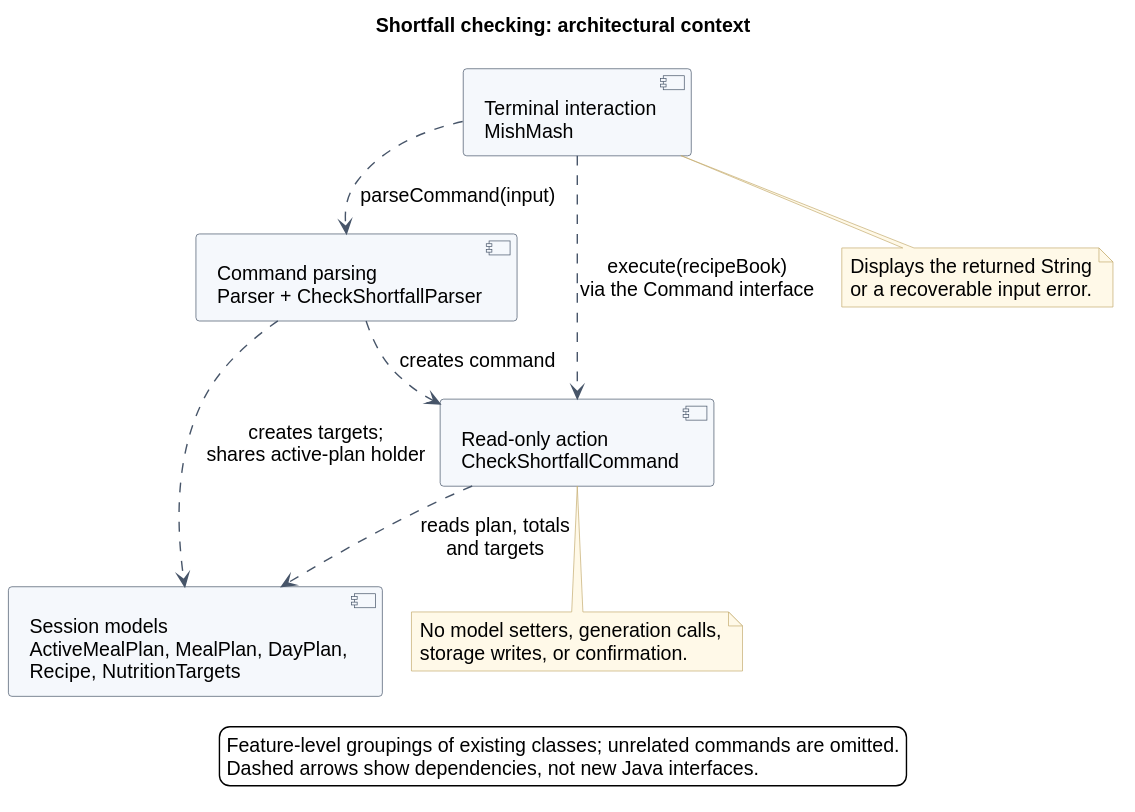
Above: docs/images/shortfall/architecture.svg in AY2627S1-CS2113-W13-4/tp (PlantUML), before the change. The source it was exported from:
```plantuml
@startuml
!pragma layout smetana
!include style.iuml
title Shortfall checking: architectural context
top to bottom direction

component "Terminal interaction\nMishMash" as App
component "Command parsing\nParser + CheckShortfallParser" as Parsing
component "Read-only action\nCheckShortfallCommand" as Check
component "Session models\nActiveMealPlan, MealPlan, DayPlan,\nRecipe, NutritionTargets" as Models

App ..> Parsing : parseCommand(input)
Parsing ..> Check : creates command
App ..> Check : execute(recipeBook)\nvia the Command interface
Parsing ..> Models : creates targets;\nshares active-plan holder
Check ..> Models : reads plan, totals\nand targets

note bottom of App
  Displays the returned String
  or a recoverable input error.
end note
note bottom of Check
  No model setters, generation calls,
  storage writes, or confirmation.
end note
legend bottom
  Feature-level groupings of existing classes; unrelated commands are omitted.
  Dashed arrows show dependencies, not new Java interfaces.
endlegend
@enduml
```
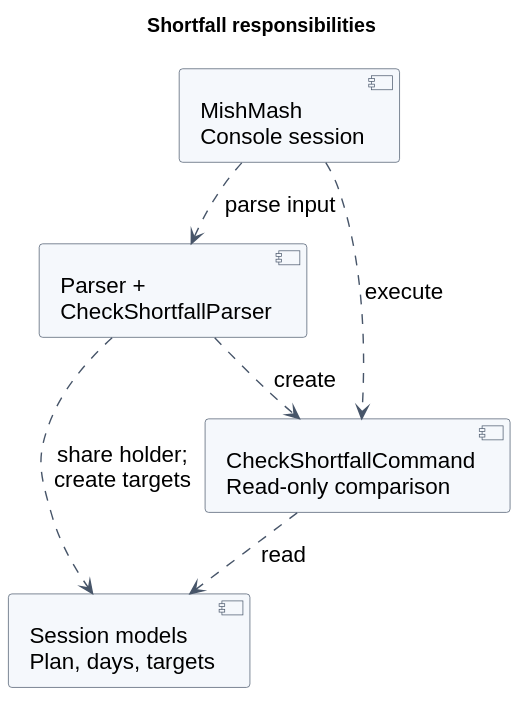
After the change.

The edit, as a diff of the source:
```diff
@@ -1,30 +1,15 @@
 @startuml
 !pragma layout smetana
-!include style.iuml
-title Shortfall checking: architectural context
+!include readable.iuml
+title Shortfall responsibilities
 top to bottom direction
-
-component "Terminal interaction\nMishMash" as App
-component "Command parsing\nParser + CheckShortfallParser" as Parsing
-component "Read-only action\nCheckShortfallCommand" as Check
-component "Session models\nActiveMealPlan, MealPlan, DayPlan,\nRecipe, NutritionTargets" as Models
-
-App ..> Parsing : parseCommand(input)
-Parsing ..> Check : creates command
-App ..> Check : execute(recipeBook)\nvia the Command interface
-Parsing ..> Models : creates targets;\nshares active-plan holder
-Check ..> Models : reads plan, totals\nand targets
-
-note bottom of App
-  Displays the returned String
-  or a recoverable input error.
-end note
-note bottom of Check
-  No model setters, generation calls,
-  storage writes, or confirmation.
-end note
-legend bottom
-  Feature-level groupings of existing classes; unrelated commands are omitted.
-  Dashed arrows show dependencies, not new Java interfaces.
-endlegend
+component "MishMash\nConsole session" as App
+component "Parser +\nCheckShortfallParser" as Parsing
+component "CheckShortfallCommand\nRead-only comparison" as Check
+component "Session models\nPlan, days, targets" as Models
+App ..> Parsing : parse input
+Parsing ..> Check : create
+App ..> Check : execute
+Check ..> Models : read
+Parsing ..> Models : share holder;\ncreate targets
 @enduml
```
